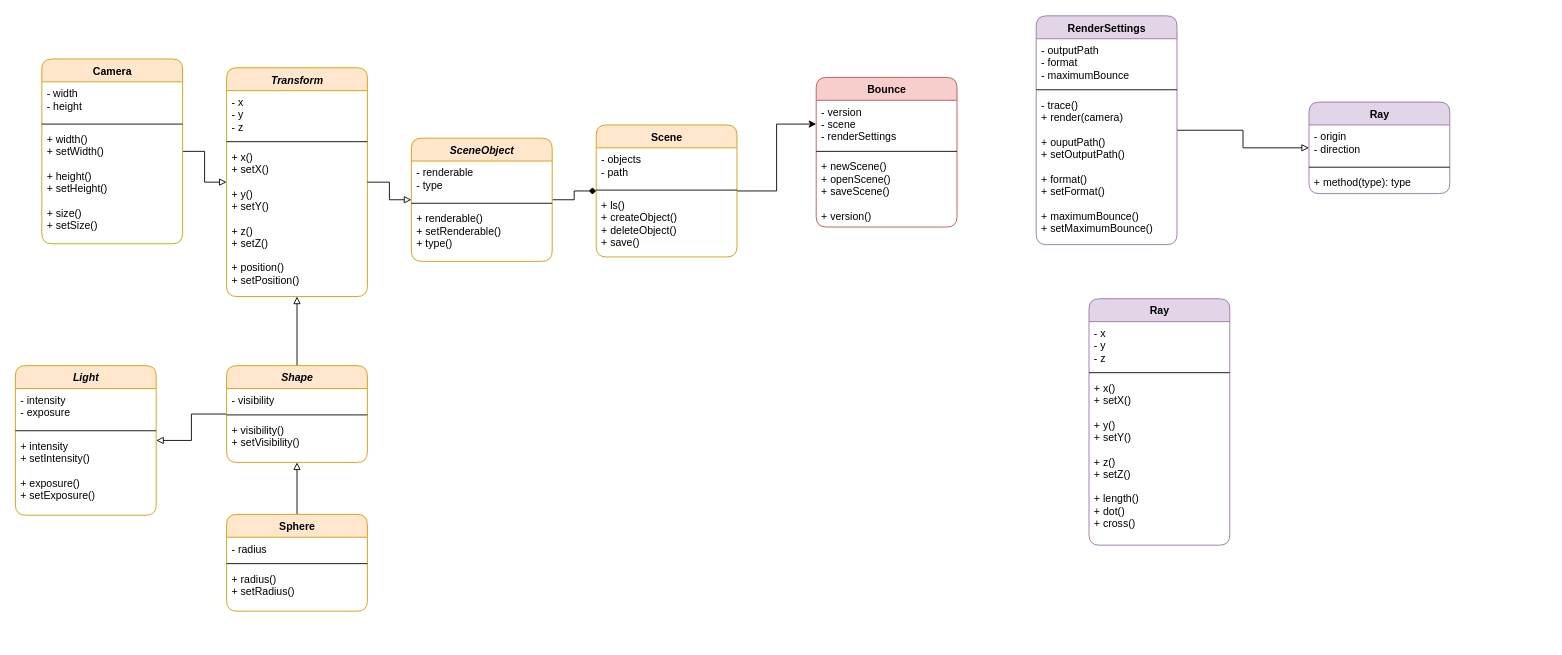
Above: main_uml.drawio in ThomasVallentin/Bounce (draw.io), before the change. Source tidied: cells renumbered, new cells numbered last; positions are measured from the earlier drawing's top-left corner, leaving out a move shared by most shapes. Both pictures are drawn from the tidied source at 88%, with x=0, y=0 at pixel (15, 16).
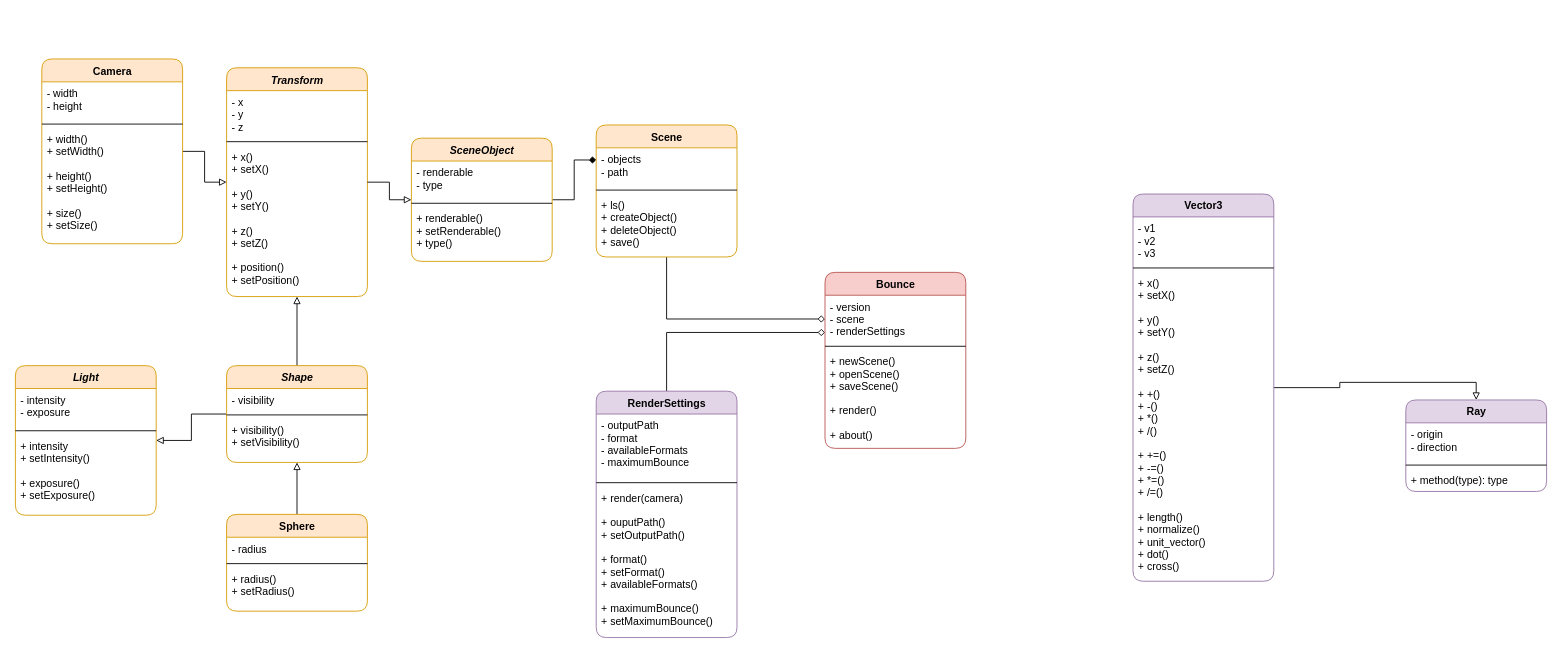
The same diagram, later.

Commit message:
ADD vector 3 - separate RenderSettings

The change refers to these unchanged cells:
```xml
<mxCell id="12" value="Scene" style="swimlane;fontStyle=1;align=center;verticalAlign=top;horizontal=1;startSize=26;rounded=1;html=1;swimlaneLine=1;fillColor=#ffe6cc;swimlaneFillColor=#ffffff;labelBackgroundColor=none;labelBorderColor=none;strokeColor=#d79b00;" parent="1" vertex="1">
  <mxGeometry x="660" y="123.5" width="160" height="150" as="geometry" />
</mxCell>
<mxCell id="13" value="- objects&#10;- path" style="text;strokeColor=none;fillColor=none;align=left;verticalAlign=top;spacingLeft=4;spacingRight=4;overflow=hidden;points=[[0,0.5],[1,0.5]];portConstraint=eastwest;labelBackgroundColor=none;" parent="12" vertex="1">
  <mxGeometry y="26" width="160" height="44" as="geometry" />
</mxCell>
<mxCell id="41" value="SceneObject" style="swimlane;fontStyle=3;align=center;verticalAlign=top;horizontal=1;startSize=26;rounded=1;html=1;swimlaneLine=1;fillColor=#ffe6cc;swimlaneFillColor=#ffffff;labelBackgroundColor=none;labelBorderColor=none;strokeColor=#d79b00;" parent="1" vertex="1">
  <mxGeometry x="450" y="138.5" width="160" height="140" as="geometry" />
</mxCell>
<mxCell id="47" value="- version&#10;- scene&#10;- renderSettings" style="text;strokeColor=none;fillColor=none;align=left;verticalAlign=top;spacingLeft=4;spacingRight=4;overflow=hidden;points=[[0,0.5],[1,0.5]];portConstraint=eastwest;labelBackgroundColor=none;" parent="46" vertex="1">
  <mxGeometry y="26" width="160" height="54" as="geometry" />
</mxCell>
```

Diff of the diagram source:
```diff
@@
     <mxCell id="2" value="Ray" style="swimlane;fontStyle=1;align=center;verticalAlign=top;horizontal=1;startSize=26;rounded=1;html=1;swimlaneLine=1;fillColor=#e1d5e7;swimlaneFillColor=#ffffff;labelBackgroundColor=none;labelBorderColor=none;strokeColor=#9673a6;" parent="1" vertex="1">
-      <mxGeometry x="1470" y="97.5" width="160" height="104" as="geometry" />
+      <mxGeometry x="1580" y="436" width="160" height="104" as="geometry" />
     </mxCell>
@@
-    <mxCell id="11" style="edgeStyle=orthogonalEdgeStyle;rounded=0;jettySize=auto;html=1;" parent="1" edge="1" source="12" target="47">
+    <mxCell id="11" style="edgeStyle=orthogonalEdgeStyle;rounded=0;jettySize=auto;html=1;endArrow=diamond;endFill=0;entryX=0;entryY=0.5;entryDx=0;entryDy=0;" parent="1" edge="1" source="12" target="47">
       <mxGeometry relative="1" as="geometry" />
     </mxCell>
@@
-    <mxCell id="16" style="edgeStyle=orthogonalEdgeStyle;rounded=0;jettySize=auto;html=1;endArrow=diamond;endFill=1;elbow=vertical;" parent="1" edge="1" source="41" target="12">
+    <mxCell id="16" style="edgeStyle=orthogonalEdgeStyle;rounded=0;jettySize=auto;html=1;endArrow=diamond;endFill=1;elbow=vertical;entryX=0;entryY=0.314;entryDx=0;entryDy=0;entryPerimeter=0;" parent="1" edge="1" source="41" target="13">
       <mxGeometry relative="1" as="geometry" />
     </mxCell>
@@
-    <mxCell id="36" style="edgeStyle=orthogonalEdgeStyle;rounded=0;jettySize=auto;html=1;endArrow=block;endFill=0;" parent="1" edge="1" source="37" target="2">
-      <mxGeometry relative="1" as="geometry" />
-    </mxCell>
+    <mxCell id="54" style="edgeStyle=orthogonalEdgeStyle;rounded=0;jettySize=auto;html=1;endArrow=diamond;endFill=0;entryX=0;entryY=0.784;entryDx=0;entryDy=0;entryPerimeter=0;" parent="1" edge="1" source="37" target="47">
+      <mxGeometry relative="1" as="geometry" />
+    </mxCell>
     <mxCell id="37" value="RenderSettings" style="swimlane;fontStyle=1;align=center;verticalAlign=top;horizontal=1;startSize=26;rounded=1;html=1;swimlaneLine=1;fillColor=#e1d5e7;strokeColor=#9673a6;swimlaneFillColor=#ffffff;" parent="1" vertex="1">
-      <mxGeometry x="1160" y="-0.5" width="160" height="260" as="geometry" />
+      <mxGeometry x="660" y="426" width="160" height="280" as="geometry" />
     </mxCell>
-    <mxCell id="38" value="- outputPath&#10;- format&#10;- maximumBounce" style="text;strokeColor=none;fillColor=none;align=left;verticalAlign=top;spacingLeft=4;spacingRight=4;overflow=hidden;" parent="37" vertex="1">
-      <mxGeometry y="26" width="160" height="54" as="geometry" />
+    <mxCell id="38" value="- outputPath&#10;- format&#10;- availableFormats&#10;- maximumBounce" style="text;strokeColor=none;fillColor=none;align=left;verticalAlign=top;spacingLeft=4;spacingRight=4;overflow=hidden;" parent="37" vertex="1">
+      <mxGeometry y="26" width="160" height="74" as="geometry" />
     </mxCell>
     <mxCell id="39" style="line;strokeWidth=1;fillColor=none;align=left;verticalAlign=middle;spacingTop=-1;spacingLeft=3;spacingRight=3;labelPosition=right;" parent="37" vertex="1">
-      <mxGeometry y="80" width="160" height="8" as="geometry" />
+      <mxGeometry y="100" width="160" height="8" as="geometry" />
     </mxCell>
-    <mxCell id="40" value="- trace()&#10;+ render(camera)&#10;&#10;+ ouputPath()&#10;+ setOutputPath()&#10;&#10;+ format()&#10;+ setFormat()&#10;&#10;+ maximumBounce()&#10;+ setMaximumBounce()" style="text;strokeColor=none;fillColor=none;align=left;verticalAlign=top;spacingLeft=4;spacingRight=4;overflow=hidden;" parent="37" vertex="1">
-      <mxGeometry y="88" width="160" height="172" as="geometry" />
+    <mxCell id="40" value="+ render(camera)&#10;&#10;+ ouputPath()&#10;+ setOutputPath()&#10;&#10;+ format()&#10;+ setFormat()&#10;+ availableFormats()&#10;&#10;+ maximumBounce()&#10;+ setMaximumBounce()" style="text;strokeColor=none;fillColor=none;align=left;verticalAlign=top;spacingLeft=4;spacingRight=4;overflow=hidden;" parent="37" vertex="1">
+      <mxGeometry y="108" width="160" height="172" as="geometry" />
     </mxCell>
@@
     <mxCell id="46" value="Bounce" style="swimlane;fontStyle=1;align=center;verticalAlign=top;horizontal=1;startSize=26;rounded=1;html=1;swimlaneLine=1;fillColor=#f8cecc;swimlaneFillColor=#ffffff;labelBackgroundColor=none;labelBorderColor=none;strokeColor=#b85450;" parent="1" vertex="1">
-      <mxGeometry x="910" y="69.5" width="160" height="170" as="geometry" />
+      <mxGeometry x="920" y="291" width="160" height="200" as="geometry" />
     </mxCell>
@@
-    <mxCell id="49" value="+ newScene()&#10;+ openScene()&#10;+ saveScene()&#10;&#10;+ version()" style="text;strokeColor=none;fillColor=none;align=left;verticalAlign=top;spacingLeft=4;spacingRight=4;overflow=hidden;" parent="46" vertex="1">
-      <mxGeometry y="88" width="160" height="82" as="geometry" />
+    <mxCell id="49" value="+ newScene()&#10;+ openScene()&#10;+ saveScene()&#10;&#10;+ render()&#10;&#10;+ about()" style="text;strokeColor=none;fillColor=none;align=left;verticalAlign=top;spacingLeft=4;spacingRight=4;overflow=hidden;" parent="46" vertex="1">
+      <mxGeometry y="88" width="160" height="112" as="geometry" />
     </mxCell>
+    <mxCell id="55" style="edgeStyle=orthogonalEdgeStyle;rounded=0;jettySize=auto;html=1;endArrow=block;endFill=0;entryX=0.5;entryY=0;entryDx=0;entryDy=0;" parent="1" edge="1" source="50" target="2">
+      <mxGeometry relative="1" as="geometry" />
+    </mxCell>
-    <mxCell id="50" value="Ray" style="swimlane;fontStyle=1;align=center;verticalAlign=top;horizontal=1;startSize=26;rounded=1;html=1;swimlaneLine=1;fillColor=#e1d5e7;swimlaneFillColor=#ffffff;labelBackgroundColor=none;labelBorderColor=none;strokeColor=#9673a6;" parent="1" vertex="1">
-      <mxGeometry x="1220" y="321" width="160" height="280" as="geometry" />
+    <mxCell id="50" value="Vector3" style="swimlane;fontStyle=1;align=center;verticalAlign=top;horizontal=1;startSize=26;rounded=1;html=1;swimlaneLine=1;fillColor=#e1d5e7;swimlaneFillColor=#ffffff;labelBackgroundColor=none;labelBorderColor=none;strokeColor=#9673a6;" parent="1" vertex="1">
+      <mxGeometry x="1270" y="202" width="160" height="440" as="geometry" />
     </mxCell>
-    <mxCell id="51" value="- x&#10;- y&#10;- z" style="text;strokeColor=none;fillColor=none;align=left;verticalAlign=top;spacingLeft=4;spacingRight=4;overflow=hidden;labelBackgroundColor=none;" parent="50" vertex="1">
+    <mxCell id="51" value="- v1&#10;- v2&#10;- v3" style="text;strokeColor=none;fillColor=none;align=left;verticalAlign=top;spacingLeft=4;spacingRight=4;overflow=hidden;labelBackgroundColor=none;" parent="50" vertex="1">
       <mxGeometry y="26" width="160" height="54" as="geometry" />
     </mxCell>
@@
-    <mxCell id="53" value="+ x()&#10;+ setX()&#10;&#10;+ y()&#10;+ setY()&#10;&#10;+ z()&#10;+ setZ()&#10;&#10;+ length()&#10;+ dot()&#10;+ cross()&#10;" style="text;strokeColor=none;fillColor=none;align=left;verticalAlign=top;spacingLeft=4;spacingRight=4;overflow=hidden;" parent="50" vertex="1">
-      <mxGeometry y="88" width="160" height="192" as="geometry" />
+    <mxCell id="53" value="+ x()&#10;+ setX()&#10;&#10;+ y()&#10;+ setY()&#10;&#10;+ z()&#10;+ setZ()&#10;&#10;+ +()&#10;+ -()&#10;+ *()&#10;+ /()&#10;&#10;+ +=()&#10;+ -=()&#10;+ *=()&#10;+ /=()&#10;&#10;+ length()&#10;+ normalize()&#10;+ unit_vector()&#10;+ dot()&#10;+ cross()&#10;&#10;" style="text;strokeColor=none;fillColor=none;align=left;verticalAlign=top;spacingLeft=4;spacingRight=4;overflow=hidden;" parent="50" vertex="1">
+      <mxGeometry y="88" width="160" height="352" as="geometry" />
     </mxCell>
```
